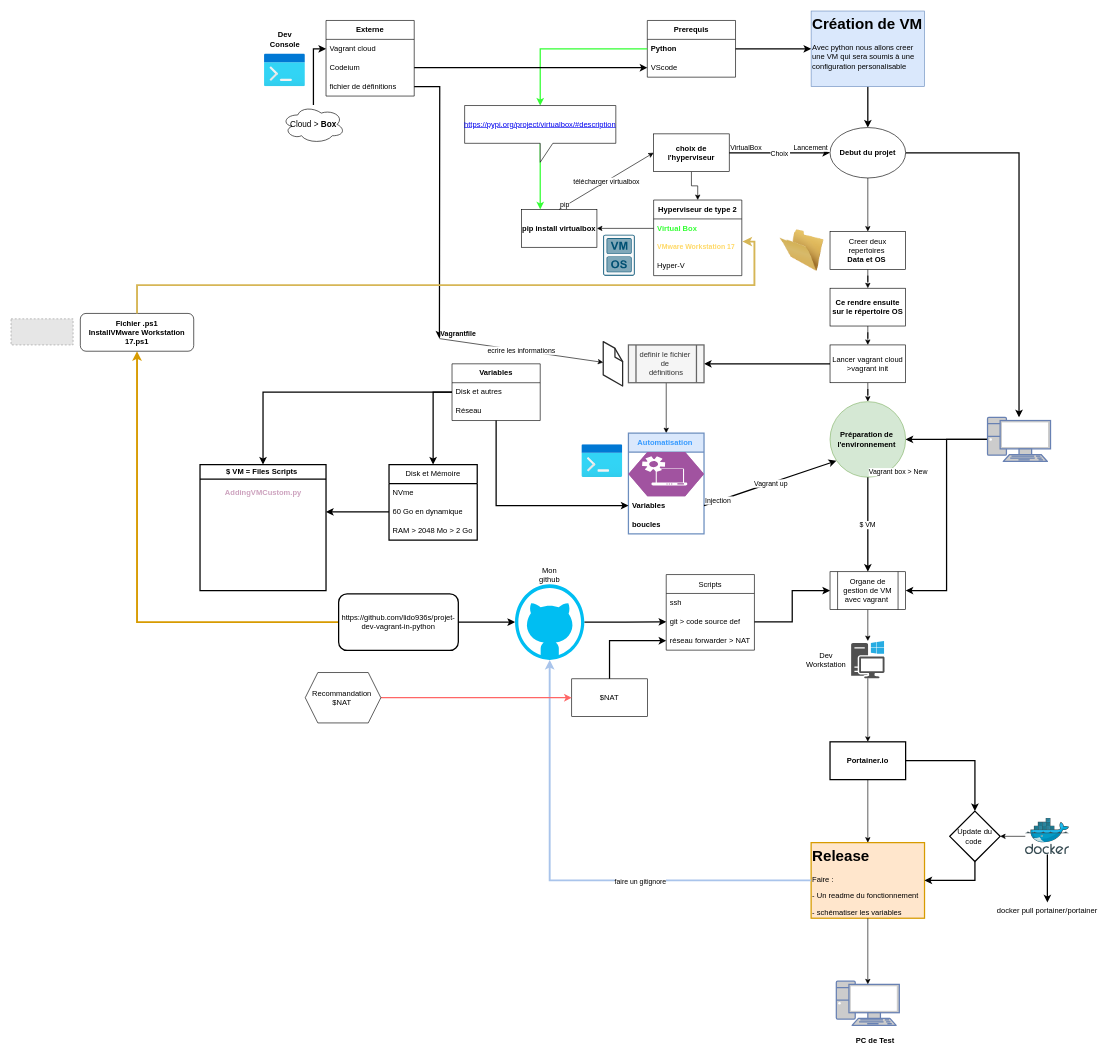
lido936s/projet-dev-vagrant-in-python keeps this draw.io diagram as Infrastructure_Projet.drawio. Above is the earlier version. Source tidied: cells renumbered, new cells numbered last; positions are measured from the earlier drawing's top-left corner, leaving out a move shared by most shapes. Both pictures are drawn from the tidied source at 63%, with x=0, y=0 at pixel (11, 11). Pictures stored in the file or linked from it are replaced by grey dashed boxes.
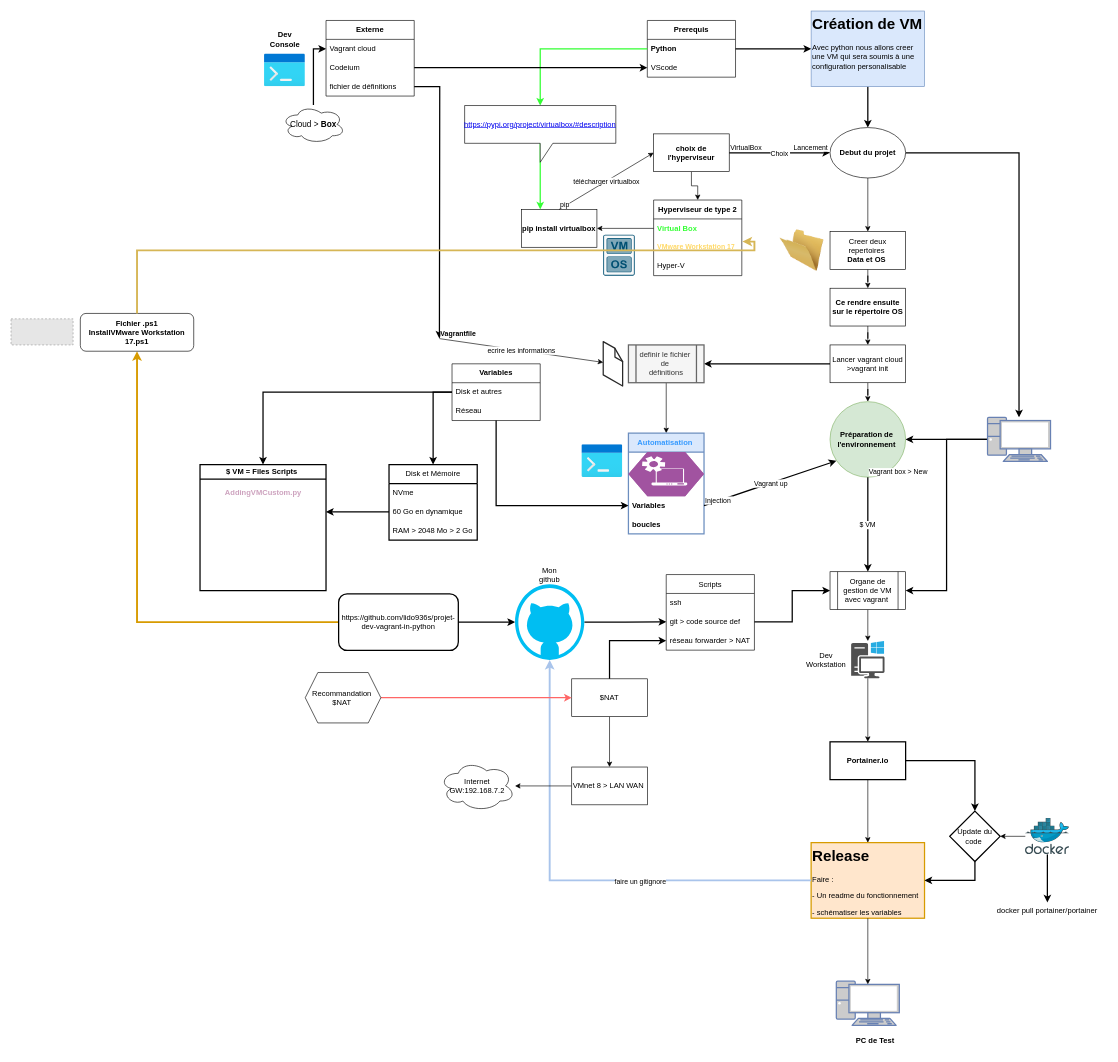
After the change.

Commit message:
Mettre à jour Infrastructure_Projet.drawio

Unchanged cells that the change refers to:
```xml
<mxCell id="15" value="&lt;font size=&quot;1&quot; color=&quot;#ffd966&quot;&gt;&lt;b style=&quot;font-size: 11px;&quot;&gt;VMware Workstation 17&lt;/b&gt;&lt;/font&gt;" style="text;strokeColor=none;fillColor=none;align=left;verticalAlign=middle;spacingLeft=4;spacingRight=4;overflow=hidden;points=[[0,0.5],[1,0.5]];portConstraint=eastwest;whiteSpace=wrap;html=1;" parent="13" vertex="1">
  <mxGeometry y="60" width="140" height="30" as="geometry" />
</mxCell>
<mxCell id="96" value="$NAT" style="rounded=0;whiteSpace=wrap;html=1;" parent="1" vertex="1">
  <mxGeometry x="890" y="1060" width="120" height="60" as="geometry" />
</mxCell>
<mxCell id="117" value="&lt;b&gt;Fichier .ps1&lt;br&gt;InstallVMware Workstation 17.ps1&lt;/b&gt;" style="rounded=1;whiteSpace=wrap;html=1;" parent="1" vertex="1">
  <mxGeometry x="110" y="480" width="180" height="60" as="geometry" />
</mxCell>
```

The edit, as a diff of the source:
```diff
@@
+    <mxCell id="120" style="edgeStyle=orthogonalEdgeStyle;rounded=0;jettySize=auto;html=1;" parent="1" edge="1" source="96" target="122">
+      <mxGeometry relative="1" as="geometry" />
+    </mxCell>
@@
     <mxCell id="118" style="edgeStyle=orthogonalEdgeStyle;rounded=0;jettySize=auto;html=1;entryX=1.007;entryY=0.2;entryDx=0;entryDy=0;entryPerimeter=0;fillColor=#fff2cc;strokeColor=#d6b656;strokeWidth=3;" parent="1" edge="1" source="117" target="15">
-      <mxGeometry relative="1" as="geometry" />
+      <mxGeometry relative="1" as="geometry">
+        <Array as="points">
+          <mxPoint x="200" y="380" />
+          <mxPoint x="1180" y="380" />
+          <mxPoint x="1180" y="366" />
+        </Array>
+      </mxGeometry>
     </mxCell>
@@
+    <mxCell id="121" style="edgeStyle=orthogonalEdgeStyle;rounded=0;jettySize=auto;html=1;" parent="1" edge="1" source="122" target="123">
+      <mxGeometry relative="1" as="geometry" />
+    </mxCell>
+    <mxCell id="122" value="VMnet 8 &amp;gt; LAN WAN&amp;nbsp;" style="rounded=0;whiteSpace=wrap;html=1;" parent="1" vertex="1">
+      <mxGeometry x="890" y="1200" width="120" height="60" as="geometry" />
+    </mxCell>
+    <mxCell id="123" value="&amp;nbsp;Internet&amp;nbsp;&lt;div&gt;GW:192.168.7.2&lt;/div&gt;" style="ellipse;shape=cloud;whiteSpace=wrap;html=1;rounded=0;" parent="1" vertex="1">
+      <mxGeometry x="680" y="1190" width="120" height="80" as="geometry" />
+    </mxCell>
```
